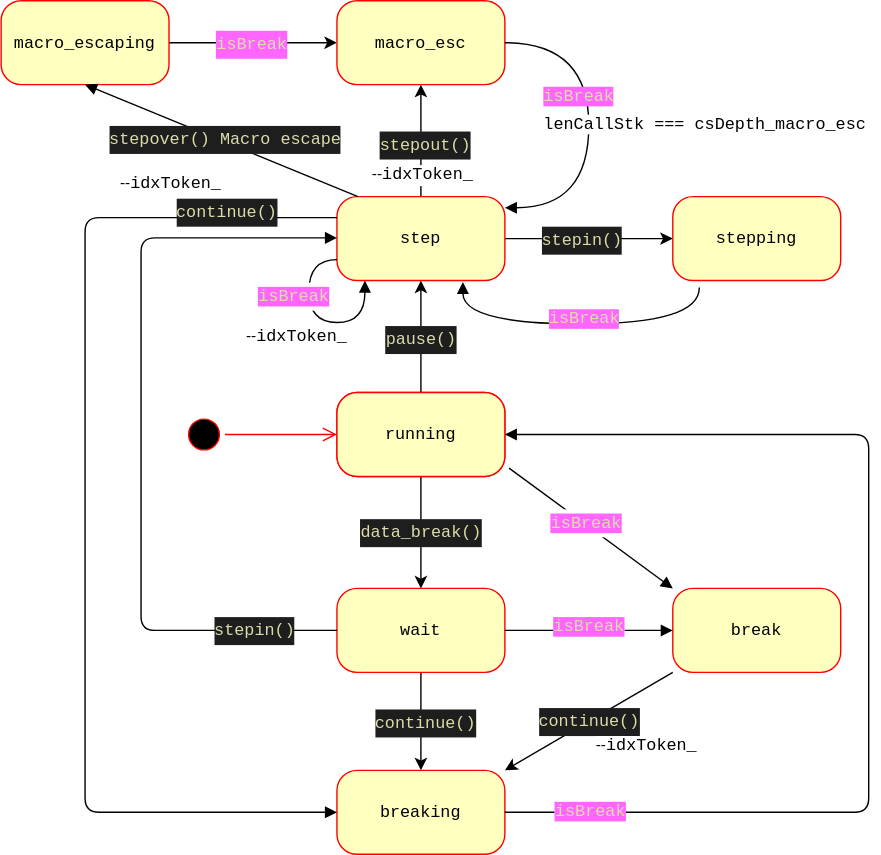
Before: res/img/breakState.svg, a diagram exported from draw.io (famibee/SKYNovel-vscode-extension). Source tidied: cells renumbered, new cells last; positions are measured from the earlier drawing's top-left corner, leaving out a move shared by most shapes.
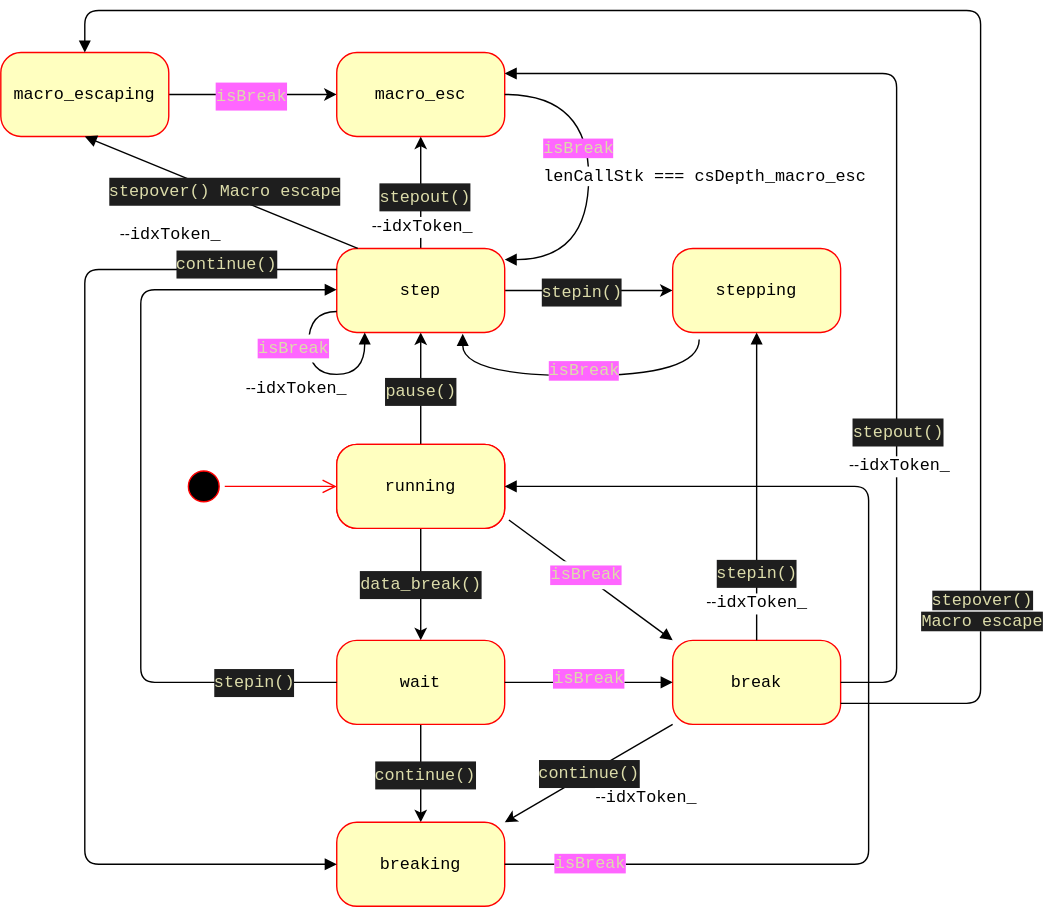
The same diagram one commit later.

Commit message:
breakState.svg を更新します

What changed in the source:
```diff
@@ -198,5 +198,48 @@
         <mxPoint y="-1" as="offset" />
       </mxGeometry>
     </mxCell>
+    <mxCell id="47" style="endArrow=block;endFill=1;html=1;edgeStyle=orthogonalEdgeStyle;align=left;verticalAlign=top;fontColor=#000000;entryX=0.5;entryY=1;entryDx=0;entryDy=0;exitX=0.5;exitY=0;exitDx=0;exitDy=0;" parent="1" edge="1" source="37" target="23">
+      <mxGeometry x="-1" relative="1" as="geometry" />
+    </mxCell>
+    <mxCell id="48" value="&lt;div style=&quot;color: rgb(212 , 212 , 212) ; background-color: rgb(30 , 30 , 30) ; font-family: &amp;#34;menlo&amp;#34; , &amp;#34;monaco&amp;#34; , &amp;#34;courier new&amp;#34; , monospace ; font-size: 12px ; line-height: 20px&quot;&gt;&lt;span style=&quot;color: #dcdcaa&quot;&gt;stepin()&lt;/span&gt;&lt;/div&gt;" style="edgeLabel;html=1;align=center;verticalAlign=middle;fontColor=#000000;" parent="47" vertex="1">
+      <mxGeometry x="-0.55" y="1" relative="1" as="geometry" />
+    </mxCell>
+    <mxCell id="49" value="--&lt;span style=&quot;font-family: &amp;#34;menlo&amp;#34; , &amp;#34;monaco&amp;#34; , &amp;#34;courier new&amp;#34; , monospace ; font-size: 12px&quot;&gt;idxToken_&lt;/span&gt;" style="edgeLabel;html=1;align=center;verticalAlign=middle;fontColor=#000000;" parent="47" vertex="1">
+      <mxGeometry x="-0.75" y="1" relative="1" as="geometry" />
+    </mxCell>
+    <mxCell id="50" style="endArrow=block;endFill=1;html=1;edgeStyle=orthogonalEdgeStyle;align=left;verticalAlign=top;fontColor=#000000;exitX=1;exitY=0.5;exitDx=0;exitDy=0;entryX=1;entryY=0.25;entryDx=0;entryDy=0;" parent="1" edge="1">
+      <mxGeometry x="-1" relative="1" as="geometry">
+        <mxPoint x="600" y="450" as="sourcePoint" />
+        <mxPoint x="360" y="15" as="targetPoint" />
+        <Array as="points">
+          <mxPoint x="640" y="450" />
+          <mxPoint x="640" y="15" />
+        </Array>
+      </mxGeometry>
+    </mxCell>
+    <mxCell id="51" value="&lt;div style=&quot;color: rgb(212 , 212 , 212) ; background-color: rgb(30 , 30 , 30) ; font-family: &amp;#34;menlo&amp;#34; , &amp;#34;monaco&amp;#34; , &amp;#34;courier new&amp;#34; , monospace ; font-size: 12px ; line-height: 20px&quot;&gt;&lt;span style=&quot;color: #dcdcaa&quot;&gt;stepout()&lt;/span&gt;&lt;/div&gt;" style="edgeLabel;html=1;align=center;verticalAlign=middle;fontColor=#000000;" parent="50" vertex="1">
+      <mxGeometry x="-0.46" relative="1" as="geometry">
+        <mxPoint y="-16" as="offset" />
+      </mxGeometry>
+    </mxCell>
+    <mxCell id="52" value="--&lt;span style=&quot;font-family: &amp;#34;menlo&amp;#34; , &amp;#34;monaco&amp;#34; , &amp;#34;courier new&amp;#34; , monospace ; font-size: 12px&quot;&gt;idxToken_&lt;/span&gt;" style="edgeLabel;html=1;align=center;verticalAlign=middle;fontColor=#000000;" parent="50" vertex="1">
+      <mxGeometry x="-0.49" y="-1" relative="1" as="geometry">
+        <mxPoint y="-2" as="offset" />
+      </mxGeometry>
+    </mxCell>
+    <mxCell id="53" style="endArrow=block;endFill=1;html=1;edgeStyle=orthogonalEdgeStyle;align=left;verticalAlign=top;fontColor=#000000;exitX=1;exitY=0.75;exitDx=0;exitDy=0;entryX=0.5;entryY=0;entryDx=0;entryDy=0;" parent="1" edge="1" source="37" target="27">
+      <mxGeometry x="-1" relative="1" as="geometry">
+        <Array as="points">
+          <mxPoint x="700" y="465" />
+          <mxPoint x="700" y="-30" />
+          <mxPoint x="60" y="-30" />
+        </Array>
+      </mxGeometry>
+    </mxCell>
+    <mxCell id="54" value="&lt;span style=&quot;color: rgb(220 , 220 , 170) ; font-family: &amp;#34;menlo&amp;#34; , &amp;#34;monaco&amp;#34; , &amp;#34;courier new&amp;#34; , monospace ; font-size: 12px ; background-color: rgb(30 , 30 , 30)&quot;&gt;stepover()&lt;br&gt;Macro escape&lt;/span&gt;" style="edgeLabel;html=1;align=center;verticalAlign=middle;fontColor=#000000;" parent="53" vertex="1">
+      <mxGeometry x="-0.75" relative="1" as="geometry">
+        <mxPoint y="-6" as="offset" />
+      </mxGeometry>
+    </mxCell>
   </root>
 </mxGraphModel>
```
